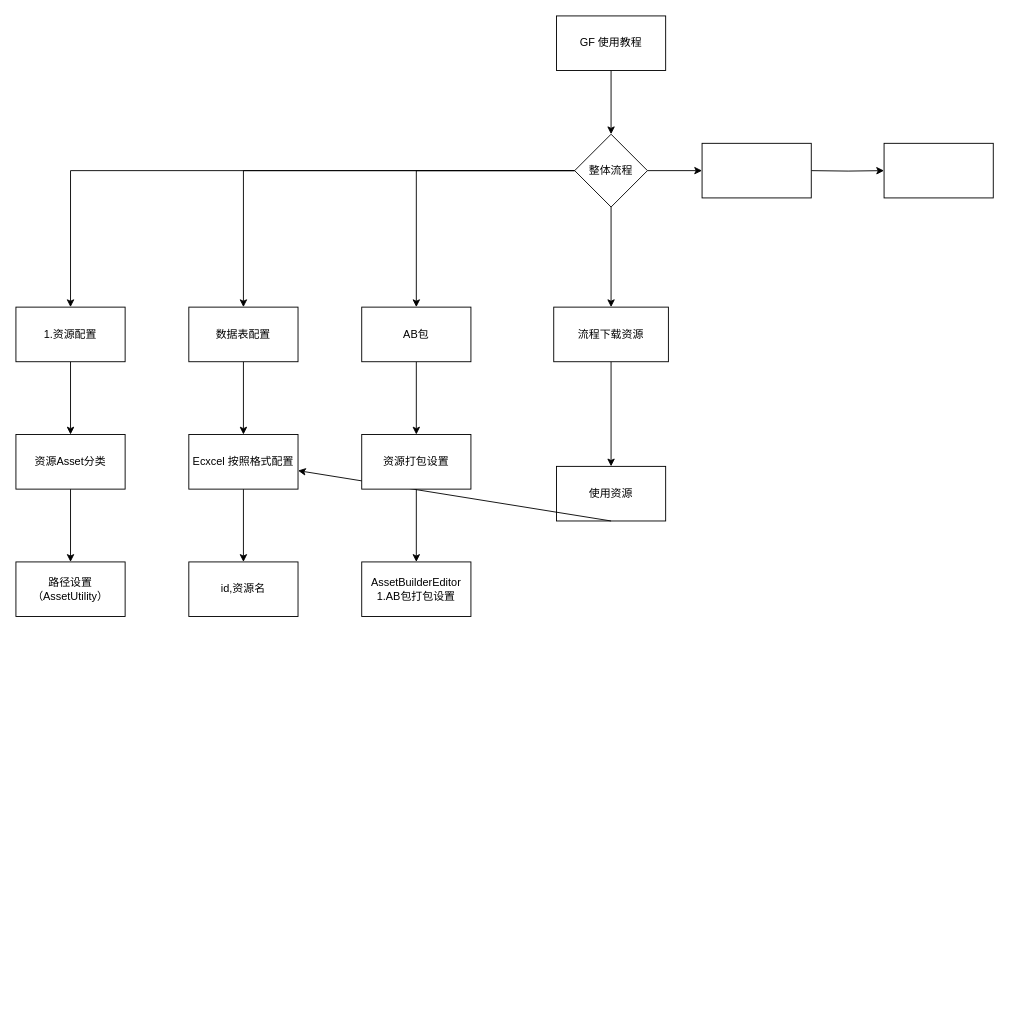
Earlier version of the draw.io diagram GameFramework/GF 使用.drawio (xzp3094997376/DrawIO). Source tidied: cells renumbered, new cells numbered last; positions are measured from the earlier drawing's top-left corner, leaving out a move shared by most shapes. Both pictures are drawn from the tidied source at 91%, with x=0, y=0 at pixel (15, 15).
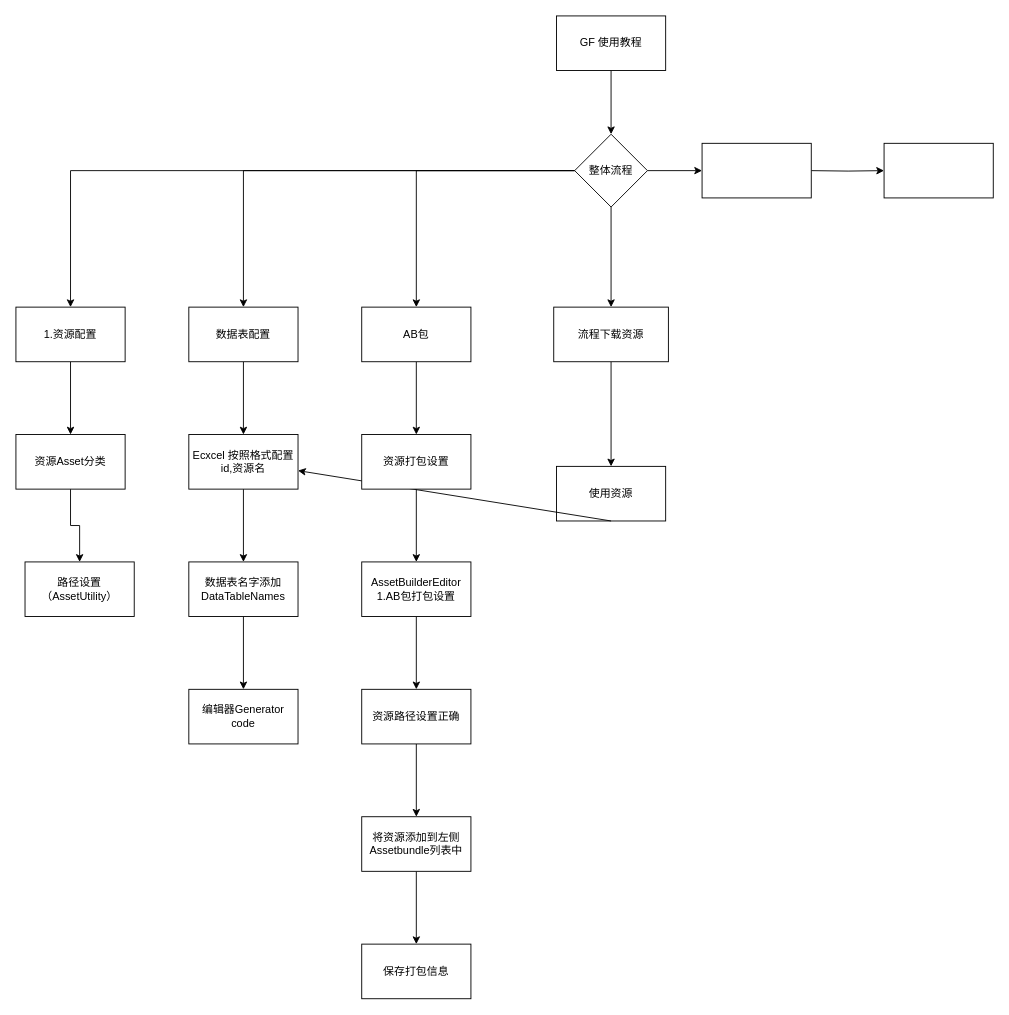
The same diagram, later.

The change refers to these unchanged cells:
```xml
<mxCell id="31" value="AssetBuilderEditor&lt;br&gt;1.AB包打包设置" style="whiteSpace=wrap;html=1;" parent="1" vertex="1">
  <mxGeometry x="380" y="600" width="120" height="60" as="geometry" />
</mxCell>
```

What changed in the source:
```diff
@@
     <mxCell id="18" value="路径设置（AssetUtility）" style="whiteSpace=wrap;html=1;" parent="1" vertex="1">
-      <mxGeometry y="600" width="120" height="60" as="geometry" />
+      <mxGeometry x="10" y="600" width="120" height="60" as="geometry" />
     </mxCell>
@@
-    <mxCell id="20" value="Ecxcel 按照格式配置" style="whiteSpace=wrap;html=1;" parent="1" vertex="1">
+    <mxCell id="20" value="Ecxcel 按照格式配置&lt;br&gt;id,资源名" style="whiteSpace=wrap;html=1;" parent="1" vertex="1">
       <mxGeometry x="190" y="460" width="120" height="60" as="geometry" />
     </mxCell>
@@
+    <mxCell id="32" style="edgeStyle=orthogonalEdgeStyle;rounded=0;jettySize=auto;html=1;" parent="1" edge="1" source="28" target="34">
+      <mxGeometry relative="1" as="geometry" />
+    </mxCell>
-    <mxCell id="28" value="id,资源名" style="whiteSpace=wrap;html=1;" parent="1" vertex="1">
+    <mxCell id="28" value="数据表名字添加&lt;br&gt;DataTableNames" style="whiteSpace=wrap;html=1;" parent="1" vertex="1">
       <mxGeometry x="190" y="600" width="120" height="60" as="geometry" />
     </mxCell>
@@
+    <mxCell id="33" style="edgeStyle=orthogonalEdgeStyle;rounded=0;jettySize=auto;html=1;" parent="1" edge="1" source="31" target="36">
+      <mxGeometry relative="1" as="geometry" />
+    </mxCell>
@@
+    <mxCell id="34" value="编辑器Generator code" style="whiteSpace=wrap;html=1;" parent="1" vertex="1">
+      <mxGeometry x="190" y="740" width="120" height="60" as="geometry" />
+    </mxCell>
+    <mxCell id="35" style="edgeStyle=orthogonalEdgeStyle;rounded=0;jettySize=auto;html=1;" parent="1" edge="1" source="36" target="38">
+      <mxGeometry relative="1" as="geometry" />
+    </mxCell>
+    <mxCell id="36" value="资源路径设置正确" style="whiteSpace=wrap;html=1;" parent="1" vertex="1">
+      <mxGeometry x="380" y="740" width="120" height="60" as="geometry" />
+    </mxCell>
+    <mxCell id="37" style="edgeStyle=orthogonalEdgeStyle;rounded=0;jettySize=auto;html=1;" parent="1" edge="1" source="38" target="39">
+      <mxGeometry relative="1" as="geometry" />
+    </mxCell>
+    <mxCell id="38" value="将资源添加到左侧Assetbundle列表中" style="whiteSpace=wrap;html=1;" parent="1" vertex="1">
+      <mxGeometry x="380" y="880" width="120" height="60" as="geometry" />
+    </mxCell>
+    <mxCell id="39" value="保存打包信息" style="whiteSpace=wrap;html=1;" parent="1" vertex="1">
+      <mxGeometry x="380" y="1020" width="120" height="60" as="geometry" />
+    </mxCell>
```
